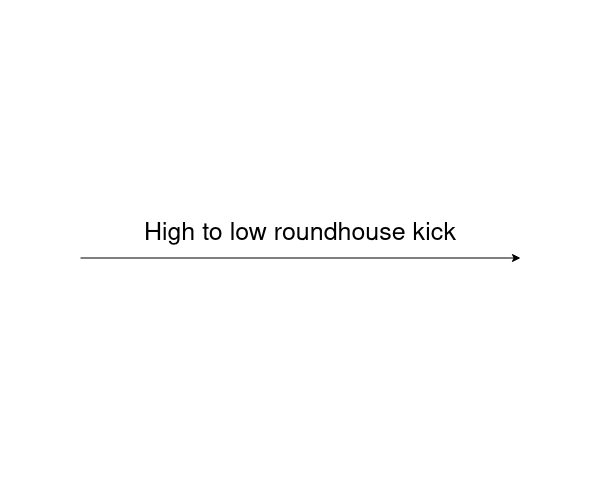
This is images/technique_mod/technique_arrow.png from arjunrs1/MoDiffAE, a draw.io export, as it was before one commit. Source tidied: cells renumbered, new cells last; positions are measured from the earlier drawing's top-left corner, leaving out a move shared by most shapes.
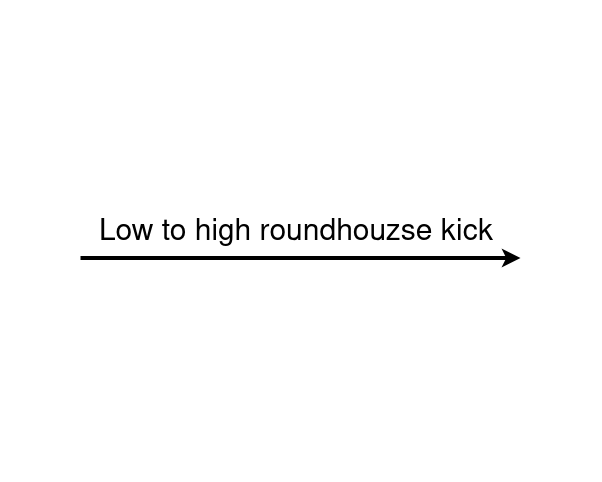
After the change.

Commit message:
adjusted arrow images

Change to the diagram source:
```diff
@@ -5,14 +5,14 @@
     <mxCell id="2" style="rounded=0;whiteSpace=wrap;html=1;strokeColor=#FFFFFF;" parent="1" vertex="1">
       <mxGeometry width="600" height="480" as="geometry" />
     </mxCell>
-    <mxCell id="3" style="endArrow=classic;html=1;rounded=0;" parent="1" edge="1">
+    <mxCell id="3" style="endArrow=classic;html=1;rounded=0;strokeWidth=4;" parent="1" edge="1">
       <mxGeometry relative="1" as="geometry">
         <mxPoint x="80" y="257.5" as="sourcePoint" />
         <mxPoint x="520" y="257.5" as="targetPoint" />
       </mxGeometry>
     </mxCell>
-    <mxCell id="4" value="&lt;font style=&quot;font-size: 25px;&quot;&gt;High to low roundhouse kick&lt;br&gt;&lt;/font&gt;" style="text;html=1;strokeColor=none;fillColor=none;align=center;verticalAlign=middle;whiteSpace=wrap;rounded=0;" parent="1" vertex="1">
-      <mxGeometry x="120" y="217.5" width="360" height="30" as="geometry" />
+    <mxCell id="4" value="&lt;font style=&quot;font-size: 30px;&quot;&gt;Low to high roundhouzse kick&lt;br&gt;&lt;/font&gt;" style="text;html=1;strokeColor=none;fillColor=none;align=center;verticalAlign=middle;whiteSpace=wrap;rounded=0;" parent="1" vertex="1">
+      <mxGeometry x="96" y="217.5" width="400" height="30" as="geometry" />
     </mxCell>
   </root>
 </mxGraphModel>
```
